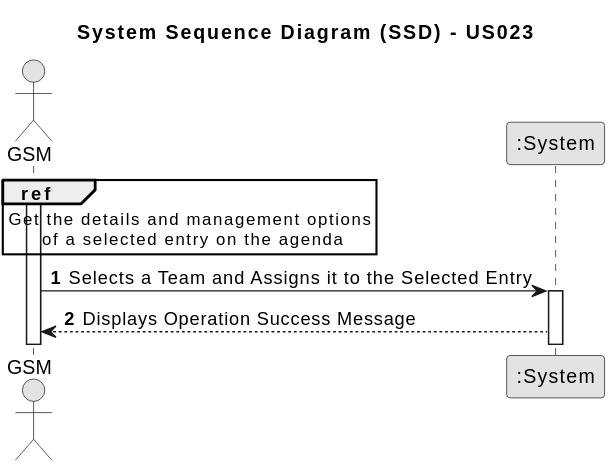
Earlier version of the PlantUML export docs/sprintC/us023/01.requirements-engineering/svg/us023-system-sequence-diagram.svg (francisc-o-liveira/lei-24-s2-1dp-g163).
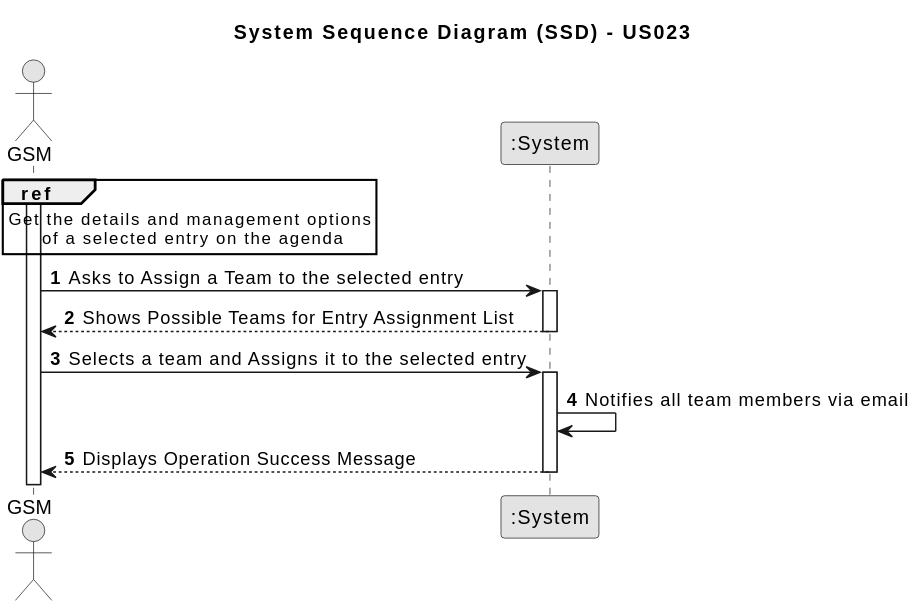
After the commit.

What changed in the source:
```diff
@@ -14,9 +14,21 @@
 
 ref over GSM : Get the details and management options\n of a selected entry on the agenda
 
-GSM -> UI2 : Selects a Team and Assigns it to the Selected Entry
+GSM -> UI2 : Asks to Assign a Team to the selected entry
 
 activate UI2
 
+UI2 --> GSM : Shows Possible Teams for Entry Assignment List
+
+deactivate UI2
+
+GSM -> UI2 : Selects a team and Assigns it to the selected entry
+
+activate UI2
+
+UI2 -> UI2 : Notifies all team members via email
+
 UI2 --> GSM : Displays Operation Success Message
+
+deactivate UI2
 @enduml
```
